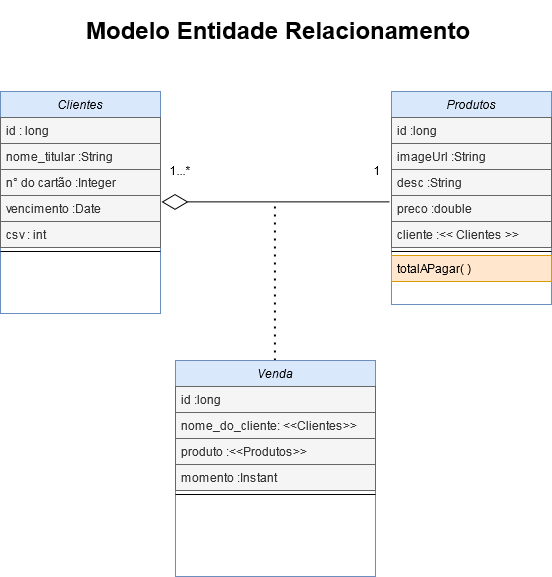
Above: arquitetura e projeto/arquitetura/MER/diagrama de classes uml.png in Leozin89python/store-engine-project (draw.io), before the change. Source tidied: cells renumbered, new cells last; positions are measured from the earlier drawing's top-left corner, leaving out a move shared by most shapes.
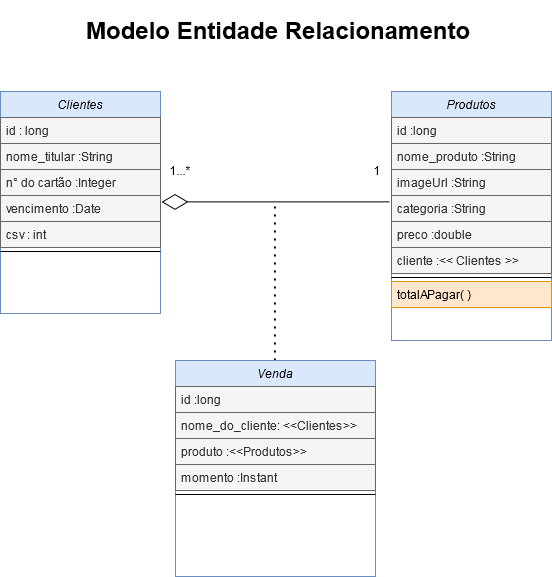
Later version of the same file.

Commit message:
store-project-api-version~1.1.23

Change to the diagram source:
```diff
@@ -30,28 +30,31 @@
       <mxGeometry y="156" width="160" height="8" as="geometry" />
     </mxCell>
     <mxCell id="10" value="Produtos" style="swimlane;fontStyle=2;align=center;verticalAlign=top;horizontal=1;startSize=26;rounded=0;shadow=0;strokeWidth=1;fillColor=#dae8fc;strokeColor=#6c8ebf;" parent="1" vertex="1">
-      <mxGeometry x="391" y="81" width="160" height="213" as="geometry" />
+      <mxGeometry x="391" y="81" width="160" height="249" as="geometry" />
     </mxCell>
     <mxCell id="11" value="id :long" style="text;align=left;verticalAlign=top;spacingLeft=4;spacingRight=4;overflow=hidden;fillColor=#f5f5f5;strokeColor=#666666;fontColor=#333333;" parent="10" vertex="1">
       <mxGeometry y="26" width="160" height="26" as="geometry" />
     </mxCell>
+    <mxCell id="28" value="nome_produto :String" style="text;align=left;verticalAlign=top;spacingLeft=4;spacingRight=4;overflow=hidden;rounded=0;shadow=0;html=0;fillColor=#f5f5f5;strokeColor=#666666;fontColor=#333333;" parent="10" vertex="1">
+      <mxGeometry y="52" width="160" height="26" as="geometry" />
+    </mxCell>
     <mxCell id="12" value="imageUrl :String" style="text;align=left;verticalAlign=top;spacingLeft=4;spacingRight=4;overflow=hidden;rounded=0;shadow=0;html=0;fillColor=#f5f5f5;strokeColor=#666666;fontColor=#333333;" parent="10" vertex="1">
-      <mxGeometry y="52" width="160" height="26" as="geometry" />
+      <mxGeometry y="78" width="160" height="26" as="geometry" />
     </mxCell>
-    <mxCell id="13" value="desc :String" style="text;align=left;verticalAlign=top;spacingLeft=4;spacingRight=4;overflow=hidden;rounded=0;shadow=0;html=0;fillColor=#f5f5f5;strokeColor=#666666;fontColor=#333333;" parent="10" vertex="1">
-      <mxGeometry y="78" width="160" height="26" as="geometry" />
+    <mxCell id="13" value="categoria :String" style="text;align=left;verticalAlign=top;spacingLeft=4;spacingRight=4;overflow=hidden;rounded=0;shadow=0;html=0;fillColor=#f5f5f5;strokeColor=#666666;fontColor=#333333;" parent="10" vertex="1">
+      <mxGeometry y="104" width="160" height="26" as="geometry" />
     </mxCell>
     <mxCell id="14" value="preco :double" style="text;align=left;verticalAlign=top;spacingLeft=4;spacingRight=4;overflow=hidden;rounded=0;shadow=0;html=0;fillColor=#f5f5f5;strokeColor=#666666;fontColor=#333333;" parent="10" vertex="1">
-      <mxGeometry y="104" width="160" height="26" as="geometry" />
+      <mxGeometry y="130" width="160" height="26" as="geometry" />
     </mxCell>
     <mxCell id="15" value="cliente :&lt;&lt; Clientes &gt;&gt;" style="text;align=left;verticalAlign=top;spacingLeft=4;spacingRight=4;overflow=hidden;rounded=0;shadow=0;html=0;fillColor=#f5f5f5;strokeColor=#666666;fontColor=#333333;" parent="10" vertex="1">
-      <mxGeometry y="130" width="160" height="26" as="geometry" />
+      <mxGeometry y="156" width="160" height="26" as="geometry" />
     </mxCell>
     <mxCell id="16" style="line;html=1;strokeWidth=1;align=left;verticalAlign=middle;spacingTop=-1;spacingLeft=3;spacingRight=3;labelPosition=right;" parent="10" vertex="1">
-      <mxGeometry y="156" width="160" height="8" as="geometry" />
+      <mxGeometry y="182" width="160" height="8" as="geometry" />
     </mxCell>
     <mxCell id="17" value="totalAPagar( )" style="text;align=left;verticalAlign=top;spacingLeft=4;spacingRight=4;overflow=hidden;fillColor=#ffe6cc;strokeColor=#d79b00;" parent="10" vertex="1">
-      <mxGeometry y="164" width="160" height="26" as="geometry" />
+      <mxGeometry y="190" width="160" height="26" as="geometry" />
     </mxCell>
     <mxCell id="18" style="endArrow=none;dashed=1;html=1;dashPattern=1 3;strokeWidth=2;" parent="1" edge="1">
       <mxGeometry relative="1" as="geometry">
```
